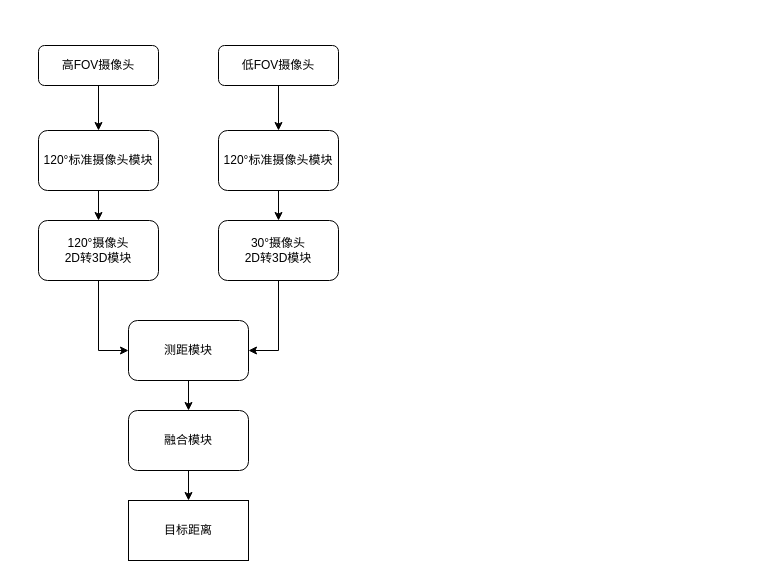
Above: 双目视觉感知专利流程图.drawio in windmakeppcool/liangly.github.io (draw.io), before the change. Source tidied: cells renumbered, new cells numbered last; positions are measured from the earlier drawing's top-left corner, leaving out a move shared by most shapes. Both pictures are drawn from the tidied source at 100%, with x=0, y=0 at pixel (38, 45).
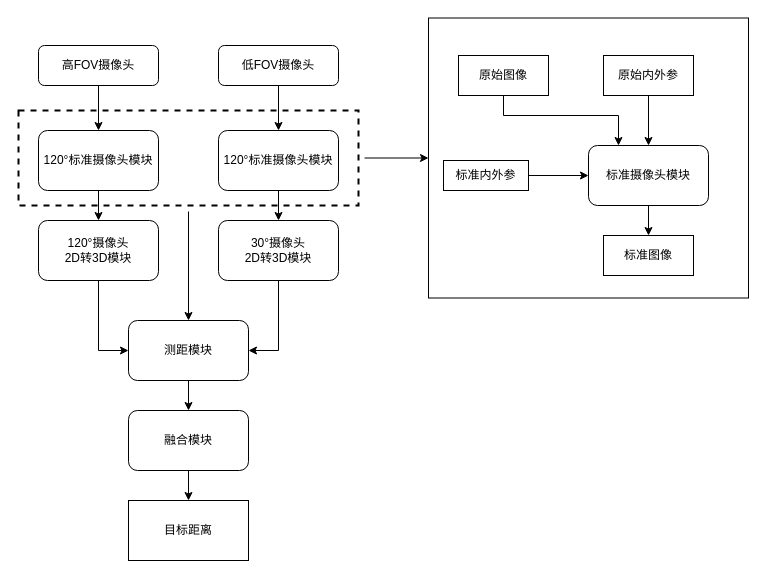
Above is the later version.

Commit message (it also covers changes not shown here):
更新双目视觉感知专利流程图.drawio

The change refers to these unchanged cells:
```xml
<mxCell id="13" value="测距模块" style="rounded=1;whiteSpace=wrap;html=1;" parent="2" vertex="1">
  <mxGeometry x="90" y="275" width="120" height="60" as="geometry" />
</mxCell>
```

The edit, as a diff of the source:
```diff
@@
     <mxCell id="2" style="group;" parent="1" vertex="1">
-      <mxGeometry width="300" height="515" as="geometry" />
+      <mxGeometry width="320" height="515" as="geometry" />
     </mxCell>
@@
+    <mxCell id="20" style="edgeStyle=orthogonalEdgeStyle;rounded=0;jettySize=auto;html=1;" parent="2" edge="1" source="21" target="13">
+      <mxGeometry relative="1" as="geometry" />
+    </mxCell>
+    <mxCell id="21" style="rounded=0;whiteSpace=wrap;html=1;strokeColor=default;strokeWidth=2;perimeterSpacing=6;gradientColor=none;fillColor=none;dashed=1;" parent="2" vertex="1">
+      <mxGeometry x="-20" y="65" width="340" height="95" as="geometry" />
+    </mxCell>
+    <mxCell id="22" style="edgeStyle=orthogonalEdgeStyle;rounded=0;jettySize=auto;html=1;exitX=1;exitY=0.5;exitDx=0;exitDy=0;" parent="1" edge="1" source="21" target="24">
+      <mxGeometry relative="1" as="geometry" />
+    </mxCell>
+    <mxCell id="23" style="group;" parent="1" vertex="1">
+      <mxGeometry x="390" y="-27.5" width="320" height="280" as="geometry" />
+    </mxCell>
+    <mxCell id="24" style="rounded=0;whiteSpace=wrap;html=1;" parent="23" vertex="1">
+      <mxGeometry width="320" height="280" as="geometry" />
+    </mxCell>
+    <mxCell id="25" value="标准摄像头模块" style="rounded=1;whiteSpace=wrap;html=1;" parent="23" vertex="1">
+      <mxGeometry x="160" y="127.5" width="120" height="60" as="geometry" />
+    </mxCell>
+    <mxCell id="26" style="edgeStyle=orthogonalEdgeStyle;rounded=0;jettySize=auto;html=1;entryX=0.25;entryY=0;entryDx=0;entryDy=0;" parent="23" edge="1" source="27" target="25">
+      <mxGeometry relative="1" as="geometry">
+        <Array as="points">
+          <mxPoint x="75" y="97.5" />
+          <mxPoint x="190" y="97.5" />
+        </Array>
+      </mxGeometry>
+    </mxCell>
+    <mxCell id="27" value="原始图像" style="rounded=0;whiteSpace=wrap;html=1;" parent="23" vertex="1">
+      <mxGeometry x="30" y="37.5" width="90" height="40" as="geometry" />
+    </mxCell>
+    <mxCell id="28" style="edgeStyle=orthogonalEdgeStyle;rounded=0;jettySize=auto;html=1;" parent="23" edge="1" source="29" target="25">
+      <mxGeometry relative="1" as="geometry" />
+    </mxCell>
+    <mxCell id="29" value="原始内外参" style="rounded=0;whiteSpace=wrap;html=1;" parent="23" vertex="1">
+      <mxGeometry x="175" y="37.5" width="90" height="40" as="geometry" />
+    </mxCell>
+    <mxCell id="30" style="edgeStyle=orthogonalEdgeStyle;rounded=0;jettySize=auto;html=1;" parent="23" edge="1" source="31" target="25">
+      <mxGeometry relative="1" as="geometry" />
+    </mxCell>
+    <mxCell id="31" value="标准内外参" style="rounded=0;whiteSpace=wrap;html=1;" parent="23" vertex="1">
+      <mxGeometry x="15" y="142.5" width="85" height="30" as="geometry" />
+    </mxCell>
+    <mxCell id="32" value="标准图像" style="rounded=0;whiteSpace=wrap;html=1;" parent="23" vertex="1">
+      <mxGeometry x="175" y="217.5" width="90" height="40" as="geometry" />
+    </mxCell>
+    <mxCell id="33" style="edgeStyle=orthogonalEdgeStyle;rounded=0;jettySize=auto;html=1;" parent="23" edge="1" source="25" target="32">
+      <mxGeometry relative="1" as="geometry" />
+    </mxCell>
```
